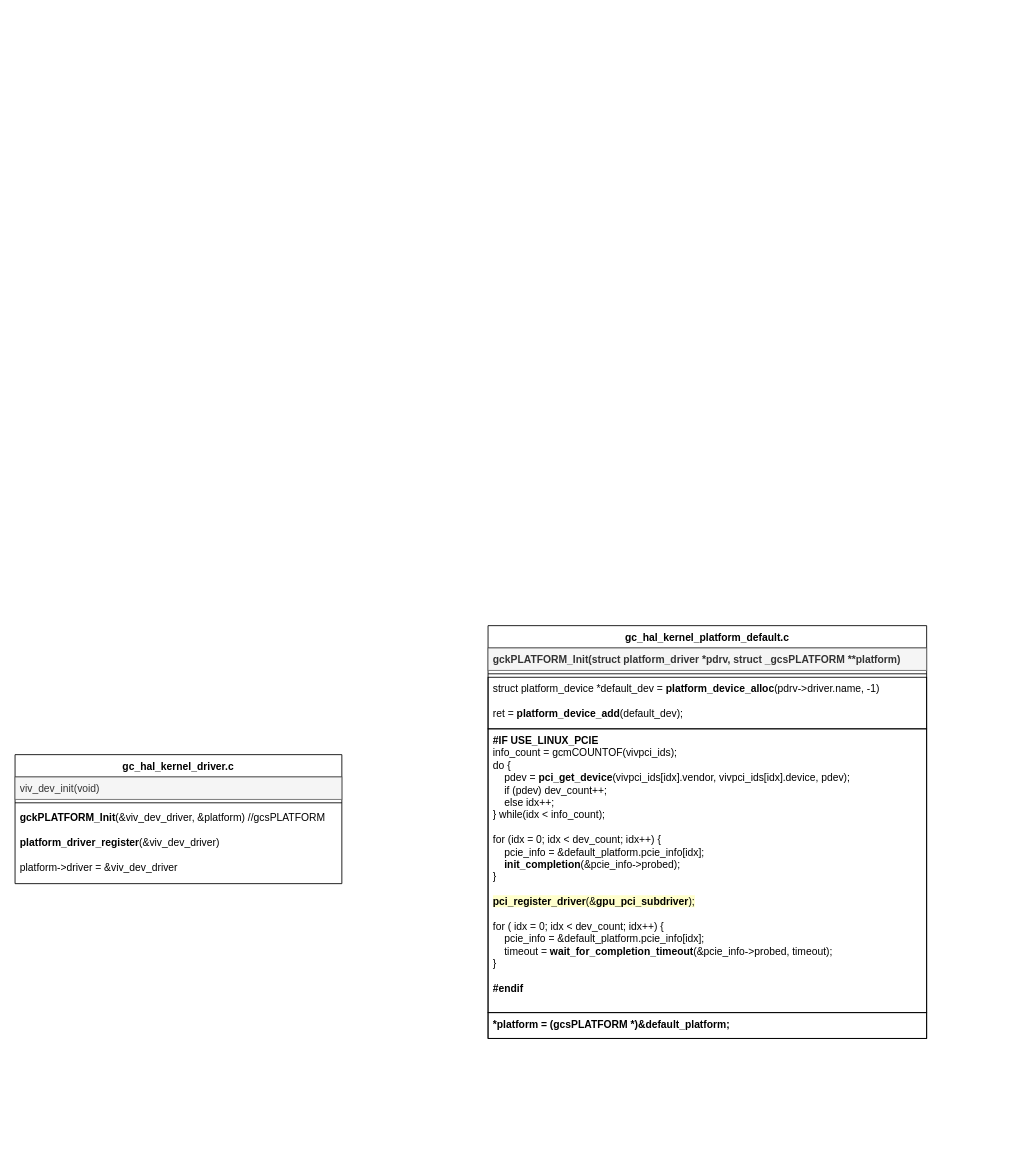
The draw.io diagram device_driver.drawio in evolution124/mydiagram, before the edit. Source tidied: cells renumbered, new cells numbered last; positions are measured from the earlier drawing's top-left corner, leaving out a move shared by most shapes. Both pictures are drawn from the tidied source at 86%, with x=0, y=0 at pixel (15, 625).
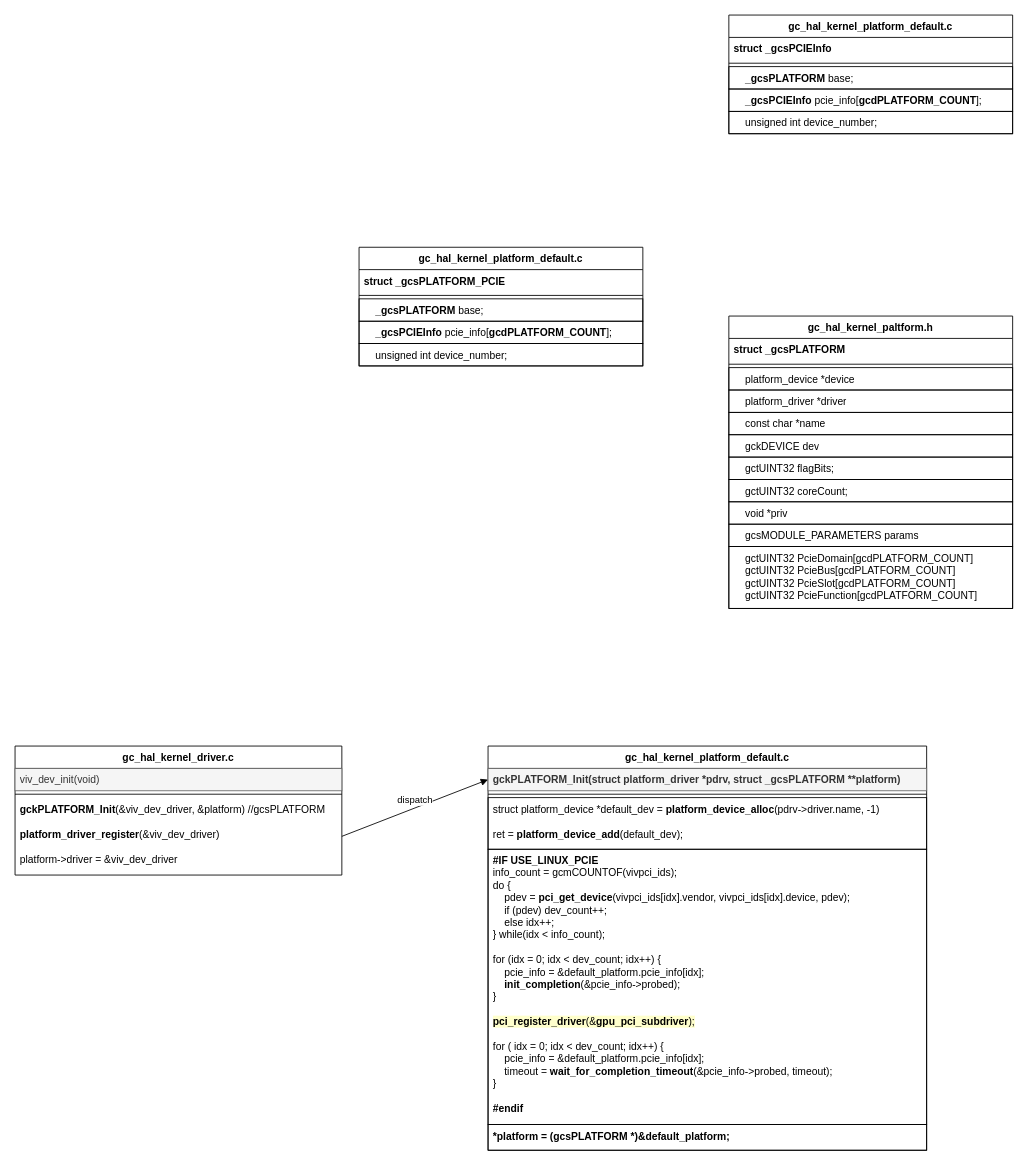
Above is the later version.

The change refers to these unchanged cells:
```xml
<mxCell id="5" value="&lt;b&gt;gckPLATFORM_Init&lt;/b&gt;(&amp;amp;viv_dev_driver, &amp;amp;platform) //gcsPLATFORM&lt;div&gt;&lt;br&gt;&lt;/div&gt;&lt;div&gt;&lt;b&gt;platform_driver_register&lt;/b&gt;(&amp;amp;viv_dev_driver)&lt;/div&gt;&lt;div&gt;&lt;br&gt;&lt;/div&gt;&lt;div&gt;platform-&amp;gt;driver = &amp;amp;viv_dev_driver&lt;/div&gt;" style="text;strokeColor=none;fillColor=none;align=left;verticalAlign=top;spacingLeft=4;spacingRight=4;overflow=hidden;points=[[0,0.5],[1,0.5]];portConstraint=eastwest;whiteSpace=wrap;html=1;" parent="2" vertex="1">
  <mxGeometry y="60" width="380" height="90" as="geometry" />
</mxCell>
<mxCell id="7" value="&lt;b&gt;gckPLATFORM_Init(struct platform_driver *pdrv, struct _gcsPLATFORM **platform)&lt;/b&gt;" style="text;strokeColor=#666666;fillColor=#f5f5f5;align=left;verticalAlign=top;spacingLeft=4;spacingRight=4;overflow=hidden;points=[[0,0.5],[1,0.5]];portConstraint=eastwest;whiteSpace=wrap;html=1;fontColor=#333333;" parent="6" vertex="1">
  <mxGeometry y="26" width="510" height="26" as="geometry" />
</mxCell>
```

Change to the diagram source:
```diff
@@
     <mxCell id="2" value="gc_hal_kernel_driver.c" style="swimlane;fontStyle=1;align=center;verticalAlign=top;horizontal=1;startSize=26;whiteSpace=wrap;html=1;" parent="1" vertex="1">
-      <mxGeometry y="150" width="380" height="150" as="geometry" />
+      <mxGeometry y="140" width="380" height="150" as="geometry" />
     </mxCell>
@@
     <mxCell id="6" value="gc_hal_kernel_platform_default.c" style="swimlane;fontStyle=1;align=center;verticalAlign=top;horizontal=1;startSize=26;whiteSpace=wrap;html=1;" parent="1" vertex="1">
-      <mxGeometry x="550" width="510" height="480" as="geometry" />
+      <mxGeometry x="550" y="140" width="510" height="470" as="geometry" />
     </mxCell>
@@
     <mxCell id="10" value="&lt;div&gt;&lt;b&gt;#IF USE_LINUX_PCIE&lt;/b&gt;&lt;/div&gt;&lt;div&gt;info_count = gcmCOUNTOF(vivpci_ids);&lt;/div&gt;&lt;div&gt;do {&lt;/div&gt;&lt;div&gt;&amp;nbsp; &amp;nbsp; pdev = &lt;b&gt;pci_get_device&lt;/b&gt;(vivpci_ids[idx].vendor, vivpci_ids[idx].device, pdev);&lt;/div&gt;&lt;div&gt;&amp;nbsp; &amp;nbsp; if (pdev) dev_count++;&lt;/div&gt;&lt;div&gt;&amp;nbsp; &amp;nbsp; else idx++;&lt;/div&gt;&lt;div&gt;} while(idx &amp;lt; info_count);&lt;/div&gt;&lt;div&gt;&lt;br&gt;&lt;/div&gt;&lt;div&gt;for (idx = 0; idx &amp;lt; dev_count; idx++) {&lt;/div&gt;&lt;div&gt;&amp;nbsp; &amp;nbsp; pcie_info = &amp;amp;default_platform.pcie_info[idx];&lt;/div&gt;&lt;div&gt;&amp;nbsp; &amp;nbsp; &lt;b&gt;init_completion&lt;/b&gt;(&amp;amp;pcie_info-&amp;gt;probed);&lt;/div&gt;&lt;div&gt;}&lt;/div&gt;&lt;div&gt;&lt;br&gt;&lt;/div&gt;&lt;div&gt;&lt;span style=&quot;background-color: light-dark(rgb(255, 255, 204), rgb(255, 255, 255));&quot;&gt;&lt;b&gt;pci_register_driver&lt;/b&gt;(&amp;amp;&lt;b&gt;gpu_pci_subdriver&lt;/b&gt;);&lt;/span&gt;&lt;/div&gt;&lt;div&gt;&lt;span style=&quot;background-color: light-dark(rgb(255, 255, 204), rgb(255, 255, 255));&quot;&gt;&lt;font&gt;&lt;br&gt;&lt;/font&gt;&lt;/span&gt;&lt;/div&gt;&lt;div&gt;&lt;font style=&quot;background-color: light-dark(#ffffff, var(--ge-dark-color, #121212));&quot;&gt;for ( idx = 0; idx &amp;lt; dev_count; idx++) {&lt;/font&gt;&lt;/div&gt;&lt;div&gt;&lt;font style=&quot;background-color: light-dark(#ffffff, var(--ge-dark-color, #121212));&quot;&gt;&amp;nbsp; &amp;nbsp; pcie_info = &amp;amp;default_platform.pcie_info[idx];&lt;/font&gt;&lt;/div&gt;&lt;div&gt;&lt;font style=&quot;background-color: light-dark(#ffffff, var(--ge-dark-color, #121212));&quot;&gt;&amp;nbsp; &amp;nbsp; timeout = &lt;b&gt;wait_for_completion_timeout&lt;/b&gt;(&amp;amp;pcie_info-&amp;gt;probed, timeout);&lt;/font&gt;&lt;/div&gt;&lt;div&gt;&lt;font style=&quot;background-color: light-dark(#ffffff, var(--ge-dark-color, #121212));&quot;&gt;}&lt;/font&gt;&lt;/div&gt;&lt;div&gt;&lt;br&gt;&lt;/div&gt;&lt;div&gt;&lt;b&gt;#endif&lt;/b&gt;&lt;/div&gt;" style="text;strokeColor=default;fillColor=none;align=left;verticalAlign=top;spacingLeft=4;spacingRight=4;overflow=hidden;whiteSpace=wrap;html=1;" parent="6" vertex="1">
-      <mxGeometry y="120" width="510" height="330" as="geometry" />
+      <mxGeometry y="120" width="510" height="320" as="geometry" />
     </mxCell>
     <mxCell id="11" value="&lt;div&gt;&lt;b&gt;*platform = (gcsPLATFORM *)&amp;amp;default_platform;&lt;/b&gt;&lt;/div&gt;" style="text;strokeColor=default;fillColor=none;align=left;verticalAlign=top;spacingLeft=4;spacingRight=4;overflow=hidden;whiteSpace=wrap;html=1;" parent="6" vertex="1">
-      <mxGeometry y="450" width="510" height="30" as="geometry" />
+      <mxGeometry y="440" width="510" height="30" as="geometry" />
     </mxCell>
+    <mxCell id="12" value="dispatch" style="html=1;verticalAlign=bottom;endArrow=block;curved=0;rounded=0;entryX=0;entryY=0.5;entryDx=0;entryDy=0;exitX=1;exitY=0.5;exitDx=0;exitDy=0;" parent="1" edge="1" source="5" target="7">
+      <mxGeometry relative="1" as="geometry" />
+    </mxCell>
+    <mxCell id="13" value="gc_hal_kernel_platform_default.c" style="swimlane;fontStyle=1;align=center;verticalAlign=top;horizontal=1;startSize=26;whiteSpace=wrap;html=1;" parent="1" vertex="1">
+      <mxGeometry x="400" y="-440" width="330" height="138" as="geometry" />
+    </mxCell>
+    <mxCell id="14" value="&lt;b&gt;struct _gcsPLATFORM_PCIE&lt;/b&gt;" style="text;strokeColor=none;fillColor=none;align=left;verticalAlign=top;spacingLeft=4;spacingRight=4;overflow=hidden;whiteSpace=wrap;html=1;" parent="13" vertex="1">
+      <mxGeometry y="26" width="330" height="26" as="geometry" />
+    </mxCell>
+    <mxCell id="15" style="line;strokeWidth=1;fillColor=none;align=left;verticalAlign=middle;spacingTop=-1;spacingLeft=3;spacingRight=3;labelPosition=right;strokeColor=inherit;" parent="13" vertex="1">
+      <mxGeometry y="52" width="330" height="8" as="geometry" />
+    </mxCell>
+    <mxCell id="16" value="&lt;b&gt;&amp;nbsp; &amp;nbsp; _gcsPLATFORM&lt;/b&gt; base;" style="text;strokeColor=default;fillColor=none;align=left;verticalAlign=top;spacingLeft=4;spacingRight=4;overflow=hidden;whiteSpace=wrap;html=1;" parent="13" vertex="1">
+      <mxGeometry y="60" width="330" height="26" as="geometry" />
+    </mxCell>
+    <mxCell id="17" value="&lt;b&gt;&amp;nbsp; &amp;nbsp; _gcsPCIEInfo &lt;/b&gt;pcie_info[&lt;b&gt;gcdPLATFORM_COUNT&lt;/b&gt;];" style="text;strokeColor=default;fillColor=none;align=left;verticalAlign=top;spacingLeft=4;spacingRight=4;overflow=hidden;whiteSpace=wrap;html=1;" parent="13" vertex="1">
+      <mxGeometry y="86" width="330" height="26" as="geometry" />
+    </mxCell>
+    <mxCell id="18" value="&amp;nbsp; &amp;nbsp; unsigned int device_number;" style="text;strokeColor=default;fillColor=none;align=left;verticalAlign=top;spacingLeft=4;spacingRight=4;overflow=hidden;whiteSpace=wrap;html=1;" parent="13" vertex="1">
+      <mxGeometry y="112" width="330" height="26" as="geometry" />
+    </mxCell>
+    <mxCell id="19" value="gc_hal_kernel_platform_default.c" style="swimlane;fontStyle=1;align=center;verticalAlign=top;horizontal=1;startSize=26;whiteSpace=wrap;html=1;" parent="1" vertex="1">
+      <mxGeometry x="830" y="-710" width="330" height="138" as="geometry" />
+    </mxCell>
+    <mxCell id="20" value="&lt;b&gt;struct _gcsPCIEInfo&lt;/b&gt;" style="text;strokeColor=none;fillColor=none;align=left;verticalAlign=top;spacingLeft=4;spacingRight=4;overflow=hidden;whiteSpace=wrap;html=1;" parent="19" vertex="1">
+      <mxGeometry y="26" width="330" height="26" as="geometry" />
+    </mxCell>
+    <mxCell id="21" style="line;strokeWidth=1;fillColor=none;align=left;verticalAlign=middle;spacingTop=-1;spacingLeft=3;spacingRight=3;labelPosition=right;strokeColor=inherit;" parent="19" vertex="1">
+      <mxGeometry y="52" width="330" height="8" as="geometry" />
+    </mxCell>
+    <mxCell id="22" value="&lt;b&gt;&amp;nbsp; &amp;nbsp; _gcsPLATFORM&lt;/b&gt; base;" style="text;strokeColor=default;fillColor=none;align=left;verticalAlign=top;spacingLeft=4;spacingRight=4;overflow=hidden;whiteSpace=wrap;html=1;" parent="19" vertex="1">
+      <mxGeometry y="60" width="330" height="26" as="geometry" />
+    </mxCell>
+    <mxCell id="23" value="&lt;b&gt;&amp;nbsp; &amp;nbsp; _gcsPCIEInfo &lt;/b&gt;pcie_info[&lt;b&gt;gcdPLATFORM_COUNT&lt;/b&gt;];" style="text;strokeColor=default;fillColor=none;align=left;verticalAlign=top;spacingLeft=4;spacingRight=4;overflow=hidden;whiteSpace=wrap;html=1;" parent="19" vertex="1">
+      <mxGeometry y="86" width="330" height="26" as="geometry" />
+    </mxCell>
+    <mxCell id="24" value="&amp;nbsp; &amp;nbsp; unsigned int device_number;" style="text;strokeColor=default;fillColor=none;align=left;verticalAlign=top;spacingLeft=4;spacingRight=4;overflow=hidden;whiteSpace=wrap;html=1;" parent="19" vertex="1">
+      <mxGeometry y="112" width="330" height="26" as="geometry" />
+    </mxCell>
+    <mxCell id="25" value="gc_hal_kernel_paltform.h" style="swimlane;fontStyle=1;align=center;verticalAlign=top;horizontal=1;startSize=26;whiteSpace=wrap;html=1;" parent="1" vertex="1">
+      <mxGeometry x="830" y="-360" width="330" height="340" as="geometry" />
+    </mxCell>
+    <mxCell id="26" value="&lt;b&gt;struct _gcsPLATFORM&lt;/b&gt;" style="text;strokeColor=none;fillColor=none;align=left;verticalAlign=top;spacingLeft=4;spacingRight=4;overflow=hidden;whiteSpace=wrap;html=1;" parent="25" vertex="1">
+      <mxGeometry y="26" width="330" height="26" as="geometry" />
+    </mxCell>
+    <mxCell id="27" style="line;strokeWidth=1;fillColor=none;align=left;verticalAlign=middle;spacingTop=-1;spacingLeft=3;spacingRight=3;labelPosition=right;strokeColor=inherit;" parent="25" vertex="1">
+      <mxGeometry y="52" width="330" height="8" as="geometry" />
+    </mxCell>
+    <mxCell id="28" value="&amp;nbsp; &amp;nbsp; platform_device *device" style="text;strokeColor=default;fillColor=none;align=left;verticalAlign=top;spacingLeft=4;spacingRight=4;overflow=hidden;whiteSpace=wrap;html=1;" parent="25" vertex="1">
+      <mxGeometry y="60" width="330" height="26" as="geometry" />
+    </mxCell>
+    <mxCell id="29" value="&amp;nbsp; &amp;nbsp; platform_driver *driver" style="text;strokeColor=default;fillColor=none;align=left;verticalAlign=top;spacingLeft=4;spacingRight=4;overflow=hidden;whiteSpace=wrap;html=1;" parent="25" vertex="1">
+      <mxGeometry y="86" width="330" height="26" as="geometry" />
+    </mxCell>
+    <mxCell id="30" value="&amp;nbsp; &amp;nbsp; const char *name" style="text;strokeColor=default;fillColor=none;align=left;verticalAlign=top;spacingLeft=4;spacingRight=4;overflow=hidden;whiteSpace=wrap;html=1;" parent="25" vertex="1">
+      <mxGeometry y="112" width="330" height="26" as="geometry" />
+    </mxCell>
+    <mxCell id="31" value="&amp;nbsp; &amp;nbsp; gckDEVICE dev" style="text;strokeColor=default;fillColor=none;align=left;verticalAlign=top;spacingLeft=4;spacingRight=4;overflow=hidden;whiteSpace=wrap;html=1;" parent="25" vertex="1">
+      <mxGeometry y="138" width="330" height="26" as="geometry" />
+    </mxCell>
+    <mxCell id="32" value="&amp;nbsp; &amp;nbsp; gctUINT32 flagBits;" style="text;strokeColor=default;fillColor=none;align=left;verticalAlign=top;spacingLeft=4;spacingRight=4;overflow=hidden;whiteSpace=wrap;html=1;" parent="25" vertex="1">
+      <mxGeometry y="164" width="330" height="26" as="geometry" />
+    </mxCell>
+    <mxCell id="33" value="&amp;nbsp; &amp;nbsp; gctUINT32 coreCount;" style="text;strokeColor=default;fillColor=none;align=left;verticalAlign=top;spacingLeft=4;spacingRight=4;overflow=hidden;whiteSpace=wrap;html=1;" parent="25" vertex="1">
+      <mxGeometry y="190" width="330" height="26" as="geometry" />
+    </mxCell>
+    <mxCell id="34" value="&amp;nbsp; &amp;nbsp; void *priv" style="text;strokeColor=default;fillColor=none;align=left;verticalAlign=top;spacingLeft=4;spacingRight=4;overflow=hidden;whiteSpace=wrap;html=1;" parent="25" vertex="1">
+      <mxGeometry y="216" width="330" height="26" as="geometry" />
+    </mxCell>
+    <mxCell id="35" value="&amp;nbsp; &amp;nbsp; gcsMODULE_PARAMETERS params" style="text;strokeColor=default;fillColor=none;align=left;verticalAlign=top;spacingLeft=4;spacingRight=4;overflow=hidden;whiteSpace=wrap;html=1;" parent="25" vertex="1">
+      <mxGeometry y="242" width="330" height="26" as="geometry" />
+    </mxCell>
+    <mxCell id="36" value="&amp;nbsp; &amp;nbsp; gctUINT32 PcieDomain[gcdPLATFORM_COUNT]&lt;div&gt;&amp;nbsp; &amp;nbsp; gctUINT32 PcieBus[gcdPLATFORM_COUNT]&lt;/div&gt;&lt;div&gt;&amp;nbsp; &amp;nbsp; gctUINT32 PcieSlot[gcdPLATFORM_COUNT]&lt;/div&gt;&lt;div&gt;&amp;nbsp; &amp;nbsp; gctUINT32 PcieFunction[gcdPLATFORM_COUNT]&lt;/div&gt;" style="text;strokeColor=default;fillColor=none;align=left;verticalAlign=top;spacingLeft=4;spacingRight=4;overflow=hidden;whiteSpace=wrap;html=1;" parent="25" vertex="1">
+      <mxGeometry y="268" width="330" height="72" as="geometry" />
+    </mxCell>
```
